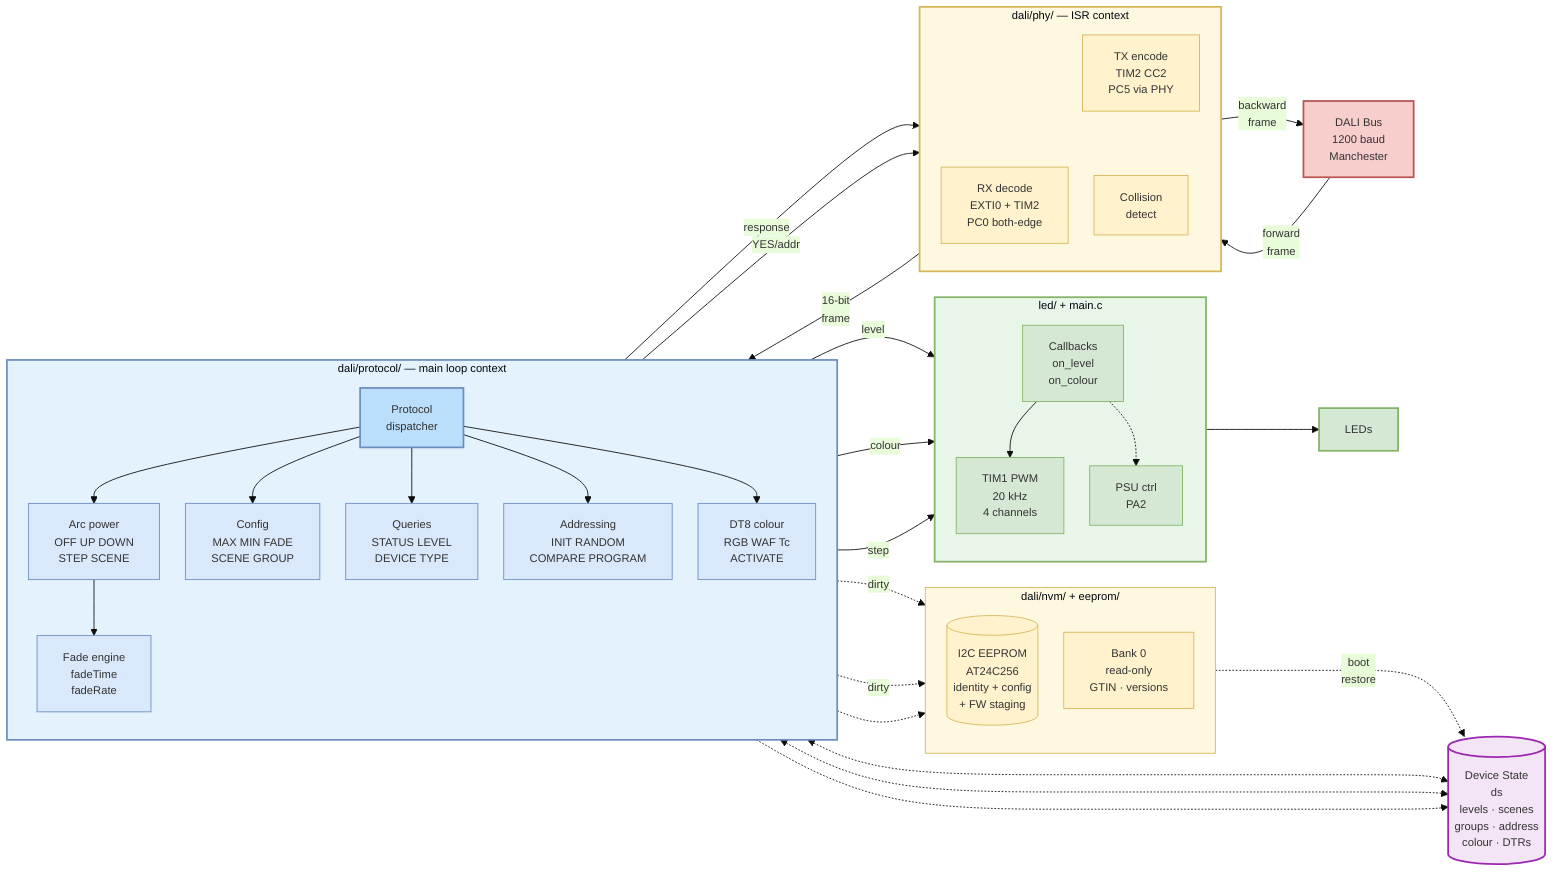
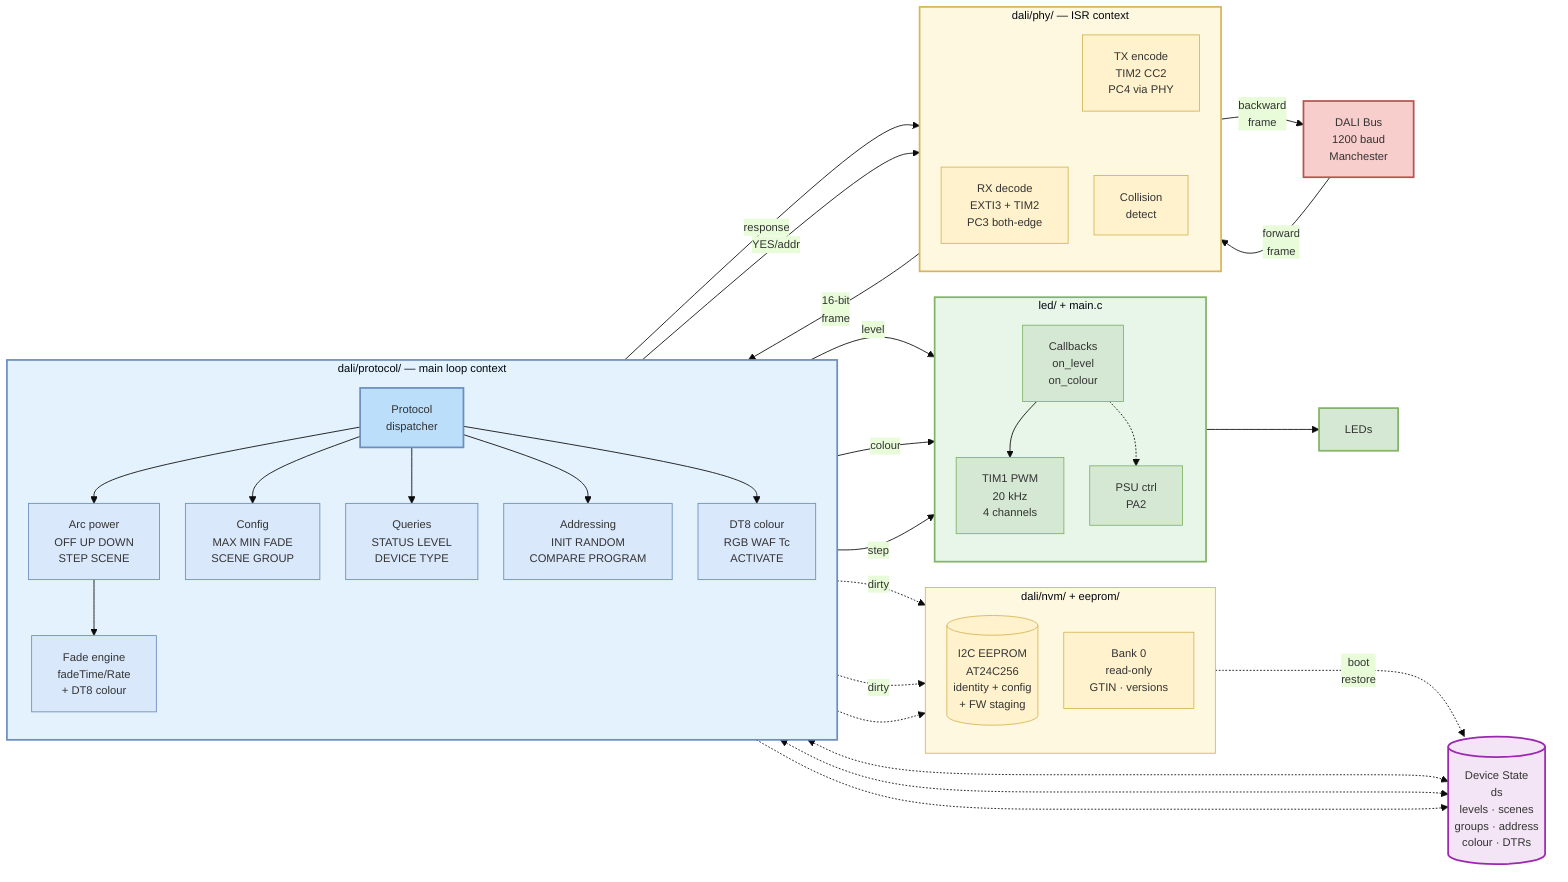
%%{init: {'theme': 'base', 'themeVariables': {'primaryColor': '#dae8fc', 'primaryBorderColor': '#6c8ebf', 'fontSize': '13px'}, 'flowchart': {'rankSpacing': 40, 'nodeSpacing': 30, 'curve': 'basis'}}}%%

flowchart LR
    %% ── External ──
    BUS["DALI Bus\n1200 baud\nManchester"]
    LEDS["LEDs"]
    style BUS fill:#f8cecc,stroke:#b85450,stroke-width:2px
    style LEDS fill:#d5e8d4,stroke:#82b366,stroke-width:2px

    %% ── PHY Layer ──
    subgraph PHY ["dali/phy/ — ISR context"]
        direction TB
-         RX["RX decode\nEXTI0 + TIM2\nPC0 both-edge"]
-         TX["TX encode\nTIM2 CC2\nPC5 via PHY"]
+         RX["RX decode\nEXTI3 + TIM2\nPC3 both-edge"]
+         TX["TX encode\nTIM2 CC2\nPC4 via PHY"]
        COLL["Collision\ndetect"]
    end
    style PHY fill:#fff8e1,stroke:#d6b656,stroke-width:2px
    style RX fill:#fff2cc,stroke:#d6b656
    style TX fill:#fff2cc,stroke:#d6b656
    style COLL fill:#fff2cc,stroke:#d6b656

    %% ── Protocol Layer ──
    subgraph PROT ["dali/protocol/ — main loop context"]
        direction TB
        DISPATCH["Protocol\ndispatcher"]
        ARC["Arc power\nOFF UP DOWN\nSTEP SCENE"]
        CONFIG["Config\nMAX MIN FADE\nSCENE GROUP"]
        QUERY["Queries\nSTATUS LEVEL\nDEVICE TYPE"]
        ADDR["Addressing\nINIT RANDOM\nCOMPARE PROGRAM"]
        DT8C["DT8 colour\nRGB WAF Tc\nACTIVATE"]
-         FADEE["Fade engine\nfadeTime\nfadeRate"]
+         FADEE["Fade engine\nfadeTime/Rate\n+ DT8 colour"]
    end
    style PROT fill:#e3f2fd,stroke:#6c8ebf,stroke-width:2px
    style DISPATCH fill:#bbdefb,stroke:#6c8ebf,stroke-width:2px
    style ARC fill:#dae8fc,stroke:#6c8ebf
    style CONFIG fill:#dae8fc,stroke:#6c8ebf
    style QUERY fill:#dae8fc,stroke:#6c8ebf
    style ADDR fill:#dae8fc,stroke:#6c8ebf
    style DT8C fill:#dae8fc,stroke:#6c8ebf
    style FADEE fill:#dae8fc,stroke:#6c8ebf

    %% ── Shared State ──
    STATE[("Device State\nds\nlevels · scenes\ngroups · address\ncolour · DTRs")]
    style STATE fill:#f3e5f5,stroke:#9c27b0,stroke-width:2px

    %% ── Persistence ──
    subgraph NVM ["dali/nvm/ + eeprom/"]
        direction TB
        EEPROM[("I2C EEPROM\nAT24C256\nidentity + config\n+ FW staging")]
        BANK0["Bank 0\nread-only\nGTIN · versions"]
    end
    style NVM fill:#fff8e1,stroke:#d6b656
    style EEPROM fill:#fff2cc,stroke:#d6b656
    style BANK0 fill:#fff2cc,stroke:#d6b656

    %% ── Output ──
    subgraph OUT ["led/ + main.c"]
        direction TB
        CB["Callbacks\non_level\non_colour"]
        PWM["TIM1 PWM\n20 kHz\n4 channels"]
        PSU["PSU ctrl\nPA2"]
    end
    style OUT fill:#e8f5e9,stroke:#82b366,stroke-width:2px
    style CB fill:#d5e8d4,stroke:#82b366
    style PWM fill:#d5e8d4,stroke:#82b366
    style PSU fill:#d5e8d4,stroke:#82b366

    %% ── Data Flow ──

    %% Bus → PHY
    BUS -- "forward\nframe" --> RX
    TX -- "backward\nframe" --> BUS
    TX ~~~ COLL

    %% PHY → Protocol
    RX -- "16-bit\nframe" --> DISPATCH

    %% Protocol dispatch
    DISPATCH --> ARC
    DISPATCH --> CONFIG
    DISPATCH --> QUERY
    DISPATCH --> ADDR
    DISPATCH --> DT8C
    ARC --> FADEE

    %% Backward frames
    QUERY -- "response" --> TX
    ADDR -- "YES/addr" --> TX

    %% State access
    DISPATCH <-..-> STATE
    FADEE <-..-> STATE
    CONFIG -..-> STATE

    %% Config → NVM
    CONFIG -. "dirty" .-> EEPROM
    ADDR -. "dirty" .-> EEPROM
    EEPROM -. "boot\nrestore" ..-> STATE
    QUERY -.-> BANK0

    %% Protocol → Output
    ARC -- "level" --> CB
    DT8C -- "colour" --> CB
    FADEE -- "step" --> CB

    %% Output → Hardware
    CB --> PWM
    CB -.-> PSU
    PWM --> LEDS
